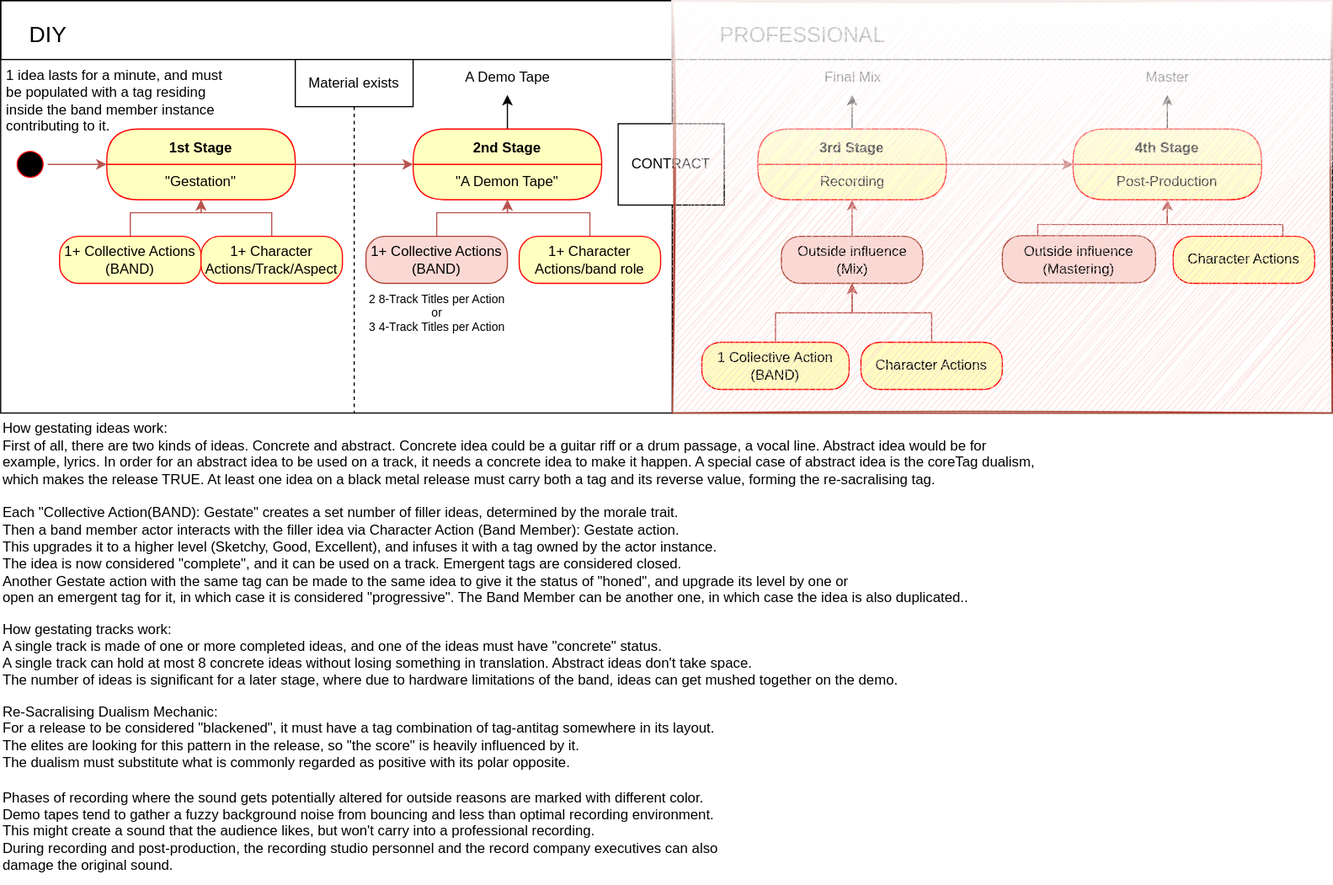
SakuNurmiranta/TheProspector keeps this draw.io diagram as TheProspector/Assets/Schematics/Record.svg. Above is the earlier version. Source tidied: cells renumbered, new cells last; positions are measured from the earlier drawing's top-left corner, leaving out a move shared by most shapes.
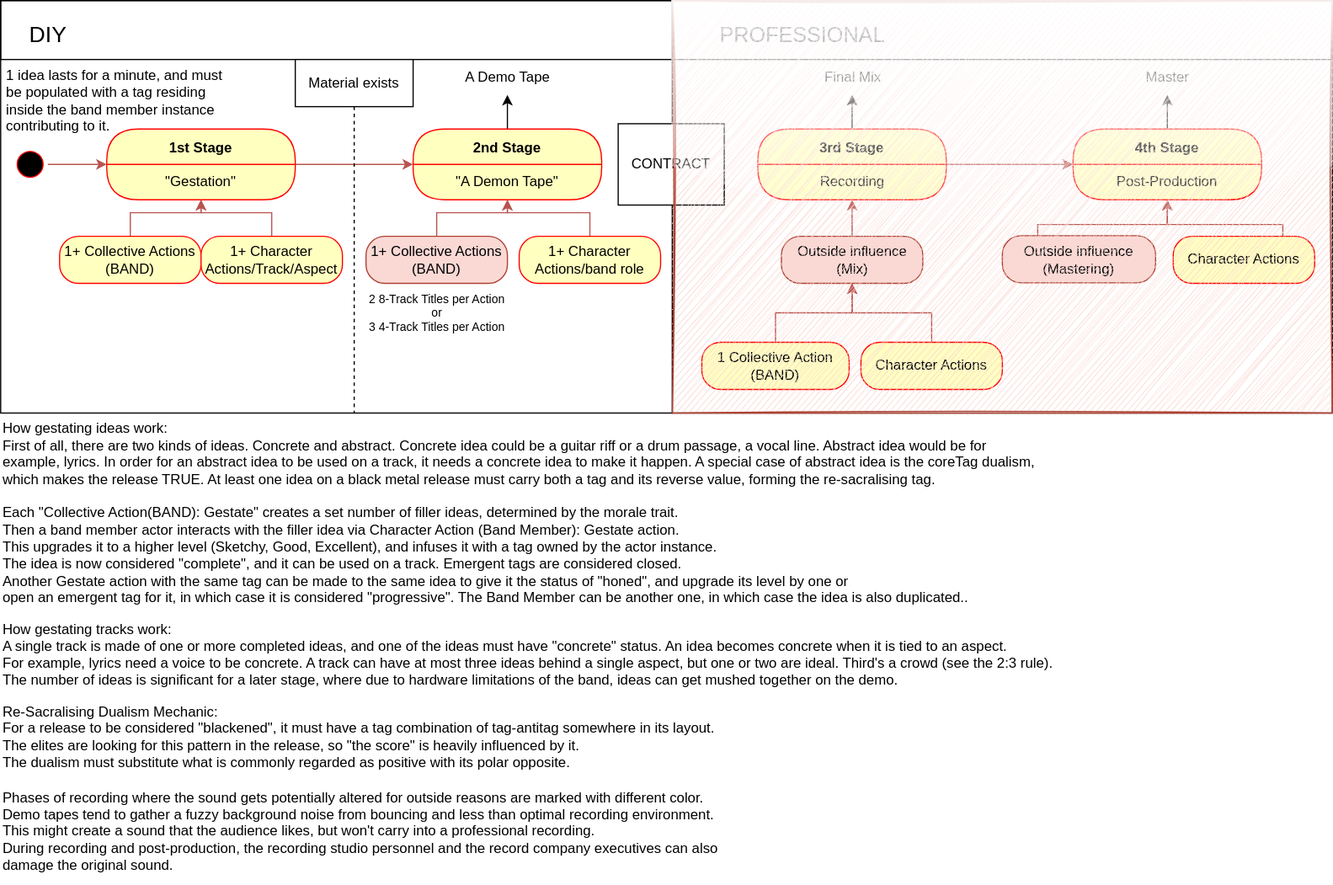
The same file after the commit.

Commit message:
drew sketches and notes for two important scenes (gestation and 4track)

What changed in the source:
```diff
@@ -157,8 +157,8 @@
     <mxCell id="48" value="How gestating ideas work:&lt;br&gt;First of all, there are two kinds of ideas. Concrete and abstract. Concrete idea could be a guitar riff or a drum passage, a vocal line. Abstract idea would be for&lt;br&gt;example, lyrics. In order for an abstract idea to be used on a track, it needs a concrete idea to make it happen. A special case of abstract idea is the coreTag dualism, &lt;br&gt;which makes the release TRUE. At least one idea on a black metal release must carry both a tag and its reverse value, forming the re-sacralising tag.&lt;br&gt;&lt;br&gt;Each &quot;Collective Action(BAND): Gestate&quot; creates a set number of filler ideas, determined by the morale trait.&lt;br&gt;Then a band member actor interacts with the filler idea via Character Action (Band Member): Gestate action. &lt;br&gt;This upgrades it to a higher level (Sketchy, Good, Excellent), and infuses it with a tag owned by the actor instance.&lt;br&gt;The idea is now considered &quot;complete&quot;, and it can be used on a track. Emergent tags are considered closed.&lt;br&gt;Another Gestate action with the same tag can be made to the same idea to give it the status of &quot;honed&quot;, and upgrade its level by one or&lt;br&gt;open an emergent tag for it, in which case it is considered &quot;progressive&quot;. The Band Member can be another one, in which case the idea is also duplicated..&amp;nbsp;" style="text;html=1;align=left;verticalAlign=middle;strokeColor=none;fillColor=none;" parent="1" vertex="1">
       <mxGeometry y="350" width="900" height="170" as="geometry" />
     </mxCell>
-    <mxCell id="49" value="How gestating tracks work:&lt;br&gt;A single track is made of one or more completed ideas, and one of the ideas must have &quot;concrete&quot; status. &lt;br&gt;A single track can hold at most 8 concrete ideas without losing something in translation. Abstract ideas don't take space. &lt;br&gt;The number of ideas is significant for a later stage, where due to hardware limitations of the band, ideas can get mushed together on the demo." style="text;html=1;align=left;verticalAlign=middle;strokeColor=none;fillColor=none;" parent="1" vertex="1">
-      <mxGeometry y="520" width="780" height="70" as="geometry" />
+    <mxCell id="49" value="How gestating tracks work:&lt;br&gt;A single track is made of one or more completed ideas, and one of the ideas must have &quot;concrete&quot; status. An idea becomes concrete when it is tied to an aspect. &lt;br&gt;For example, lyrics need a voice to be concrete. A track can have at most three ideas behind a single aspect, but one or two are ideal. Third's a crowd (see the 2:3 rule).&lt;br&gt;The number of ideas is significant for a later stage, where due to hardware limitations of the band, ideas can get mushed together on the demo." style="text;html=1;align=left;verticalAlign=middle;strokeColor=none;fillColor=none;" parent="1" vertex="1">
+      <mxGeometry y="520" width="910" height="70" as="geometry" />
     </mxCell>
     <mxCell id="50" value="Re-Sacralising Dualism Mechanic:&amp;nbsp;&lt;br&gt;For a release to be considered &quot;blackened&quot;, it must have a tag combination of tag-antitag somewhere in its layout. &lt;br&gt;The elites are looking for this pattern in the release, so &quot;the score&quot; is heavily influenced by it. &lt;br&gt;The dualism must substitute what is commonly regarded as positive with its polar opposite." style="text;html=1;align=left;verticalAlign=middle;strokeColor=none;fillColor=none;" parent="1" vertex="1">
       <mxGeometry y="590" width="630" height="70" as="geometry" />
```
